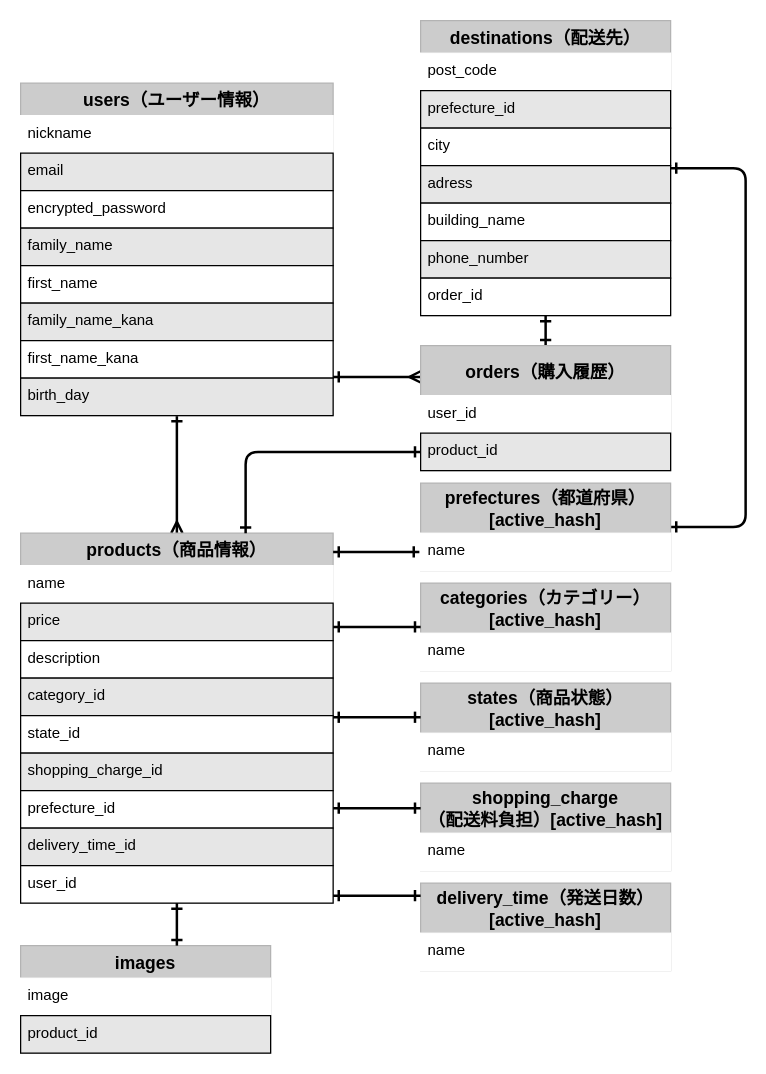
The draw.io diagram database.dio in KatKeeeen/furima-38577, before the edit. Source tidied: cells renumbered, new cells numbered last; positions are measured from the earlier drawing's top-left corner, leaving out a move shared by most shapes. Both pictures are drawn from the tidied source at 125%, with x=0, y=0 at pixel (20, 20).
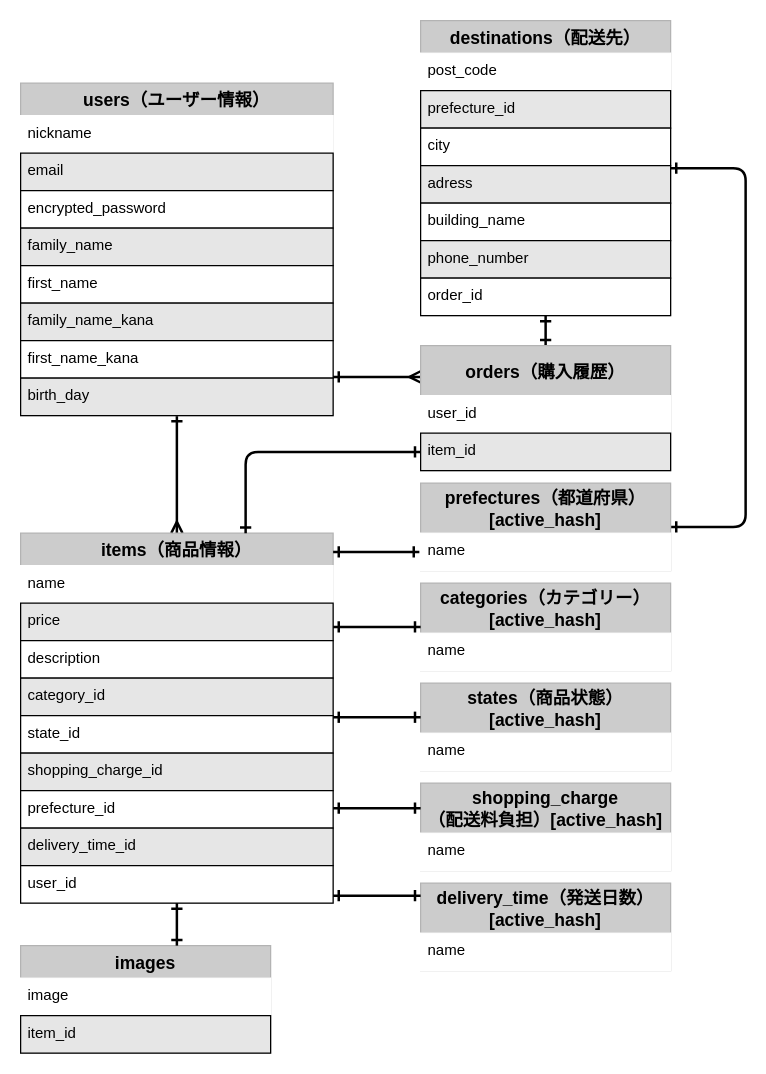
The same page after the edit.

Commit message (it also covers changes not shown here):
README・ER図の修正（product→item）

Unchanged cells that the change refers to:
```xml
<mxCell id="30" value="images" style="swimlane;fontStyle=1;horizontal=1;startSize=26;align=center;fontSize=14;fillColor=#CCCCCC;strokeColor=#B3B3B3;fontColor=#000000;perimeterSpacing=0;" parent="1" vertex="1">
  <mxGeometry y="740" width="200" height="86" as="geometry" />
</mxCell>
<mxCell id="49" value="orders（購入履歴）" style="swimlane;fontStyle=1;horizontal=1;startSize=40;align=center;fontSize=14;fillColor=#CCCCCC;strokeColor=#B3B3B3;fontColor=#000000;perimeterSpacing=0;" parent="1" vertex="1">
  <mxGeometry x="320" y="260" width="200" height="100" as="geometry" />
</mxCell>
```

The edit, as a diff of the source:
```diff
@@
-    <mxCell id="12" value="products（商品情報）" style="swimlane;fontStyle=1;horizontal=1;startSize=26;align=center;fontSize=14;fillColor=#CCCCCC;strokeColor=#B3B3B3;fontColor=#000000;perimeterSpacing=0;" parent="1" vertex="1">
+    <mxCell id="12" value="items（商品情報）" style="swimlane;fontStyle=1;horizontal=1;startSize=26;align=center;fontSize=14;fillColor=#CCCCCC;strokeColor=#B3B3B3;fontColor=#000000;perimeterSpacing=0;" parent="1" vertex="1">
       <mxGeometry y="410" width="250" height="296" as="geometry" />
     </mxCell>
@@
-    <mxCell id="32" value="product_id" style="text;strokeColor=default;fillColor=#E6E6E6;spacingLeft=4;spacingRight=4;overflow=hidden;fontSize=12;fontColor=#000000;" parent="30" vertex="1">
+    <mxCell id="32" value="item_id" style="text;strokeColor=default;fillColor=#E6E6E6;spacingLeft=4;spacingRight=4;overflow=hidden;fontSize=12;fontColor=#000000;" parent="30" vertex="1">
       <mxGeometry y="56" width="200" height="30" as="geometry" />
     </mxCell>
@@
-    <mxCell id="51" value="product_id" style="text;strokeColor=default;fillColor=#E6E6E6;spacingLeft=4;spacingRight=4;overflow=hidden;points=[[0,0.5],[1,0.5]];portConstraint=eastwest;fontSize=12;fontColor=#000000;" parent="49" vertex="1">
+    <mxCell id="51" value="item_id" style="text;strokeColor=default;fillColor=#E6E6E6;spacingLeft=4;spacingRight=4;overflow=hidden;points=[[0,0.5],[1,0.5]];portConstraint=eastwest;fontSize=12;fontColor=#000000;" parent="49" vertex="1">
       <mxGeometry y="70" width="200" height="30" as="geometry" />
     </mxCell>
```
